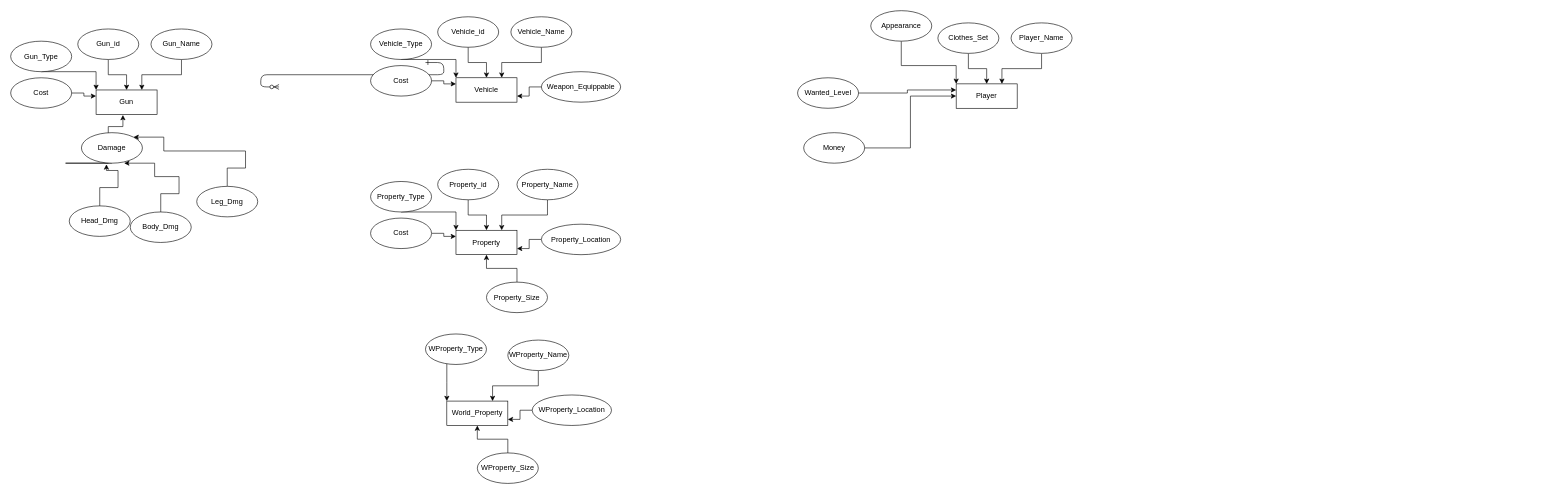
Above: Untitled Diagram.drawio in Blazeleo/GameDB (draw.io), before the change. Source tidied: cells renumbered, new cells numbered last; positions are measured from the earlier drawing's top-left corner, leaving out a move shared by most shapes. Both pictures are drawn from the tidied source at 61%, with x=0, y=0 at pixel (10, 10).
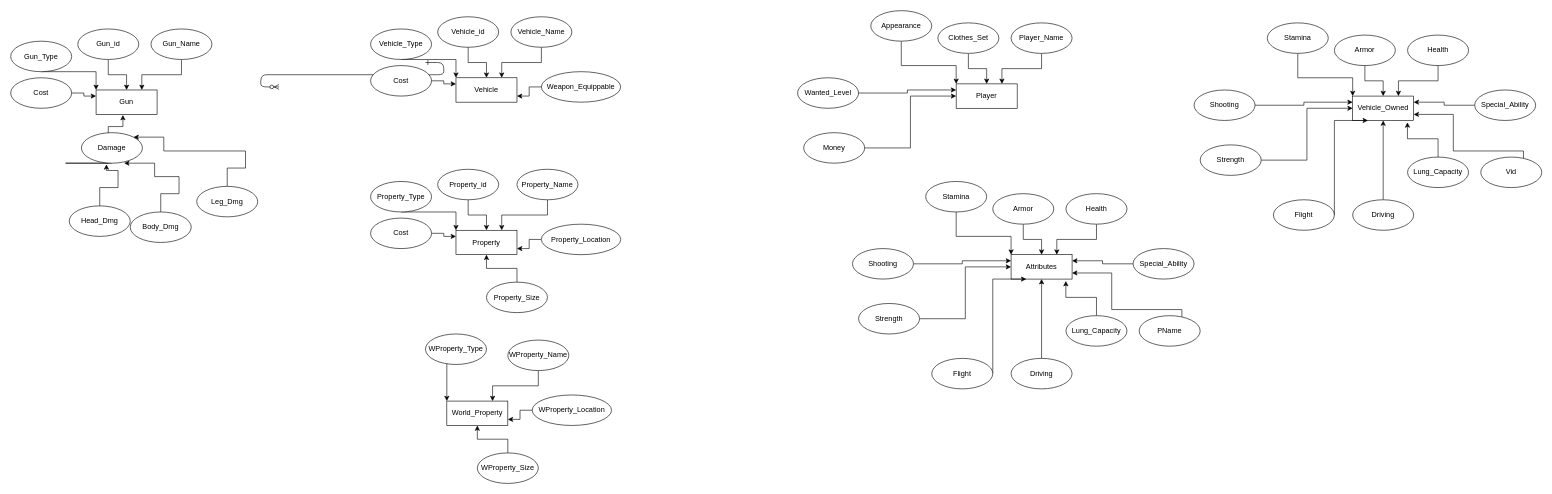
After the change.

Diff of the diagram source:
```diff
@@
+    <mxCell id="64" value="Attributes" style="whiteSpace=wrap;html=1;align=center;" parent="1" vertex="1">
+      <mxGeometry x="1640" y="400" width="100" height="40" as="geometry" />
+    </mxCell>
+    <mxCell id="65" style="edgeStyle=orthogonalEdgeStyle;rounded=0;jettySize=auto;html=1;" parent="1" edge="1" source="66" target="64">
+      <mxGeometry relative="1" as="geometry" />
+    </mxCell>
+    <mxCell id="66" value="Armor" style="ellipse;whiteSpace=wrap;html=1;align=center;" parent="1" vertex="1">
+      <mxGeometry x="1610" y="300" width="100" height="50" as="geometry" />
+    </mxCell>
+    <mxCell id="67" style="edgeStyle=orthogonalEdgeStyle;rounded=0;jettySize=auto;html=1;entryX=0.75;entryY=0;entryDx=0;entryDy=0;" parent="1" edge="1" source="68" target="64">
+      <mxGeometry relative="1" as="geometry" />
+    </mxCell>
+    <mxCell id="68" value="Health" style="ellipse;whiteSpace=wrap;html=1;align=center;" parent="1" vertex="1">
+      <mxGeometry x="1730" y="300" width="100" height="50" as="geometry" />
+    </mxCell>
+    <mxCell id="69" style="edgeStyle=orthogonalEdgeStyle;rounded=0;jettySize=auto;html=1;entryX=0;entryY=0;entryDx=0;entryDy=0;" parent="1" edge="1" source="70" target="64">
+      <mxGeometry relative="1" as="geometry">
+        <Array as="points">
+          <mxPoint x="1640" y="370" />
+        </Array>
+      </mxGeometry>
+    </mxCell>
+    <mxCell id="70" value="Stamina" style="ellipse;whiteSpace=wrap;html=1;align=center;" parent="1" vertex="1">
+      <mxGeometry x="1500" y="280" width="100" height="50" as="geometry" />
+    </mxCell>
+    <mxCell id="71" style="edgeStyle=orthogonalEdgeStyle;rounded=0;jettySize=auto;html=1;entryX=0;entryY=0.25;entryDx=0;entryDy=0;" parent="1" edge="1" source="72" target="64">
+      <mxGeometry relative="1" as="geometry" />
+    </mxCell>
+    <mxCell id="72" value="Shooting" style="ellipse;whiteSpace=wrap;html=1;align=center;" parent="1" vertex="1">
+      <mxGeometry x="1380" y="390" width="100" height="50" as="geometry" />
+    </mxCell>
+    <mxCell id="73" style="edgeStyle=orthogonalEdgeStyle;rounded=0;jettySize=auto;html=1;entryX=0;entryY=0.5;entryDx=0;entryDy=0;" parent="1" edge="1" source="74" target="64">
+      <mxGeometry relative="1" as="geometry" />
+    </mxCell>
+    <mxCell id="74" value="Strength" style="ellipse;whiteSpace=wrap;html=1;align=center;" parent="1" vertex="1">
+      <mxGeometry x="1390" y="480" width="100" height="50" as="geometry" />
+    </mxCell>
+    <mxCell id="75" style="edgeStyle=orthogonalEdgeStyle;rounded=0;jettySize=auto;html=1;entryX=0.5;entryY=1;entryDx=0;entryDy=0;" parent="1" edge="1" source="76" target="64">
+      <mxGeometry relative="1" as="geometry" />
+    </mxCell>
+    <mxCell id="76" value="Driving" style="ellipse;whiteSpace=wrap;html=1;align=center;" parent="1" vertex="1">
+      <mxGeometry x="1640" y="570" width="100" height="50" as="geometry" />
+    </mxCell>
+    <mxCell id="77" style="edgeStyle=orthogonalEdgeStyle;rounded=0;jettySize=auto;html=1;entryX=0.898;entryY=1.079;entryDx=0;entryDy=0;entryPerimeter=0;" parent="1" edge="1" source="78" target="64">
+      <mxGeometry relative="1" as="geometry" />
+    </mxCell>
+    <mxCell id="78" value="Lung_Capacity" style="ellipse;whiteSpace=wrap;html=1;align=center;" parent="1" vertex="1">
+      <mxGeometry x="1730" y="500" width="100" height="50" as="geometry" />
+    </mxCell>
+    <mxCell id="79" style="edgeStyle=orthogonalEdgeStyle;rounded=0;jettySize=auto;html=1;entryX=0.25;entryY=1;entryDx=0;entryDy=0;" parent="1" edge="1" source="80" target="64">
+      <mxGeometry relative="1" as="geometry">
+        <Array as="points">
+          <mxPoint x="1610" y="440" />
+        </Array>
+      </mxGeometry>
+    </mxCell>
+    <mxCell id="80" value="Flight" style="ellipse;whiteSpace=wrap;html=1;align=center;" parent="1" vertex="1">
+      <mxGeometry x="1510" y="570" width="100" height="50" as="geometry" />
+    </mxCell>
+    <mxCell id="81" style="edgeStyle=orthogonalEdgeStyle;rounded=0;jettySize=auto;html=1;entryX=1;entryY=0.75;entryDx=0;entryDy=0;" parent="1" edge="1" source="82" target="64">
+      <mxGeometry relative="1" as="geometry">
+        <Array as="points">
+          <mxPoint x="1920" y="490" />
+          <mxPoint x="1805" y="490" />
+          <mxPoint x="1805" y="430" />
+        </Array>
+      </mxGeometry>
+    </mxCell>
+    <mxCell id="82" value="PName" style="ellipse;whiteSpace=wrap;html=1;align=center;" parent="1" vertex="1">
+      <mxGeometry x="1850" y="500" width="100" height="50" as="geometry" />
+    </mxCell>
+    <mxCell id="83" style="edgeStyle=orthogonalEdgeStyle;rounded=0;jettySize=auto;html=1;entryX=1;entryY=0.25;entryDx=0;entryDy=0;" parent="1" edge="1" source="84" target="64">
+      <mxGeometry relative="1" as="geometry" />
+    </mxCell>
+    <mxCell id="84" value="Special_Ability" style="ellipse;whiteSpace=wrap;html=1;align=center;" parent="1" vertex="1">
+      <mxGeometry x="1840" y="390" width="100" height="50" as="geometry" />
+    </mxCell>
+    <mxCell id="85" value="Vehicle_Owned" style="whiteSpace=wrap;html=1;align=center;" parent="1" vertex="1">
+      <mxGeometry x="2200" y="140" width="100" height="40" as="geometry" />
+    </mxCell>
+    <mxCell id="86" style="edgeStyle=orthogonalEdgeStyle;rounded=0;jettySize=auto;html=1;entryX=0.5;entryY=0;entryDx=0;entryDy=0;" parent="1" edge="1" source="87" target="85">
+      <mxGeometry relative="1" as="geometry" />
+    </mxCell>
+    <mxCell id="87" value="Armor" style="ellipse;whiteSpace=wrap;html=1;align=center;" parent="1" vertex="1">
+      <mxGeometry x="2170" y="40" width="100" height="50" as="geometry" />
+    </mxCell>
+    <mxCell id="88" style="edgeStyle=orthogonalEdgeStyle;rounded=0;jettySize=auto;html=1;entryX=0.75;entryY=0;entryDx=0;entryDy=0;" parent="1" edge="1" source="89" target="85">
+      <mxGeometry relative="1" as="geometry" />
+    </mxCell>
+    <mxCell id="89" value="Health" style="ellipse;whiteSpace=wrap;html=1;align=center;" parent="1" vertex="1">
+      <mxGeometry x="2290" y="40" width="100" height="50" as="geometry" />
+    </mxCell>
+    <mxCell id="90" style="edgeStyle=orthogonalEdgeStyle;rounded=0;jettySize=auto;html=1;entryX=0;entryY=0;entryDx=0;entryDy=0;" parent="1" edge="1" source="91" target="85">
+      <mxGeometry relative="1" as="geometry">
+        <Array as="points">
+          <mxPoint x="2200" y="110" />
+        </Array>
+      </mxGeometry>
+    </mxCell>
+    <mxCell id="91" value="Stamina" style="ellipse;whiteSpace=wrap;html=1;align=center;" parent="1" vertex="1">
+      <mxGeometry x="2060" y="20" width="100" height="50" as="geometry" />
+    </mxCell>
+    <mxCell id="92" style="edgeStyle=orthogonalEdgeStyle;rounded=0;jettySize=auto;html=1;entryX=0;entryY=0.25;entryDx=0;entryDy=0;" parent="1" edge="1" source="93" target="85">
+      <mxGeometry relative="1" as="geometry" />
+    </mxCell>
+    <mxCell id="93" value="Shooting" style="ellipse;whiteSpace=wrap;html=1;align=center;" parent="1" vertex="1">
+      <mxGeometry x="1940" y="130" width="100" height="50" as="geometry" />
+    </mxCell>
+    <mxCell id="94" style="edgeStyle=orthogonalEdgeStyle;rounded=0;jettySize=auto;html=1;entryX=0;entryY=0.5;entryDx=0;entryDy=0;" parent="1" edge="1" source="95" target="85">
+      <mxGeometry relative="1" as="geometry" />
+    </mxCell>
+    <mxCell id="95" value="Strength" style="ellipse;whiteSpace=wrap;html=1;align=center;" parent="1" vertex="1">
+      <mxGeometry x="1950" y="220" width="100" height="50" as="geometry" />
+    </mxCell>
+    <mxCell id="96" style="edgeStyle=orthogonalEdgeStyle;rounded=0;jettySize=auto;html=1;entryX=0.5;entryY=1;entryDx=0;entryDy=0;" parent="1" edge="1" source="97" target="85">
+      <mxGeometry relative="1" as="geometry" />
+    </mxCell>
+    <mxCell id="97" value="Driving" style="ellipse;whiteSpace=wrap;html=1;align=center;" parent="1" vertex="1">
+      <mxGeometry x="2200" y="310" width="100" height="50" as="geometry" />
+    </mxCell>
+    <mxCell id="98" style="edgeStyle=orthogonalEdgeStyle;rounded=0;jettySize=auto;html=1;entryX=0.898;entryY=1.079;entryDx=0;entryDy=0;entryPerimeter=0;" parent="1" edge="1" source="99" target="85">
+      <mxGeometry relative="1" as="geometry" />
+    </mxCell>
+    <mxCell id="99" value="Lung_Capacity" style="ellipse;whiteSpace=wrap;html=1;align=center;" parent="1" vertex="1">
+      <mxGeometry x="2290" y="240" width="100" height="50" as="geometry" />
+    </mxCell>
+    <mxCell id="100" style="edgeStyle=orthogonalEdgeStyle;rounded=0;jettySize=auto;html=1;entryX=0.25;entryY=1;entryDx=0;entryDy=0;" parent="1" edge="1" source="101" target="85">
+      <mxGeometry relative="1" as="geometry">
+        <Array as="points">
+          <mxPoint x="2170" y="180" />
+        </Array>
+      </mxGeometry>
+    </mxCell>
+    <mxCell id="101" value="Flight" style="ellipse;whiteSpace=wrap;html=1;align=center;" parent="1" vertex="1">
+      <mxGeometry x="2070" y="310" width="100" height="50" as="geometry" />
+    </mxCell>
+    <mxCell id="102" style="edgeStyle=orthogonalEdgeStyle;rounded=0;jettySize=auto;html=1;entryX=1;entryY=0.75;entryDx=0;entryDy=0;" parent="1" edge="1" source="103" target="85">
+      <mxGeometry relative="1" as="geometry">
+        <Array as="points">
+          <mxPoint x="2480" y="230" />
+          <mxPoint x="2365" y="230" />
+          <mxPoint x="2365" y="170" />
+        </Array>
+      </mxGeometry>
+    </mxCell>
+    <mxCell id="103" value="Vid" style="ellipse;whiteSpace=wrap;html=1;align=center;" parent="1" vertex="1">
+      <mxGeometry x="2410" y="240" width="100" height="50" as="geometry" />
+    </mxCell>
+    <mxCell id="104" style="edgeStyle=orthogonalEdgeStyle;rounded=0;jettySize=auto;html=1;entryX=1;entryY=0.25;entryDx=0;entryDy=0;" parent="1" edge="1" source="105" target="85">
+      <mxGeometry relative="1" as="geometry" />
+    </mxCell>
+    <mxCell id="105" value="Special_Ability" style="ellipse;whiteSpace=wrap;html=1;align=center;" parent="1" vertex="1">
+      <mxGeometry x="2400" y="130" width="100" height="50" as="geometry" />
+    </mxCell>
```
